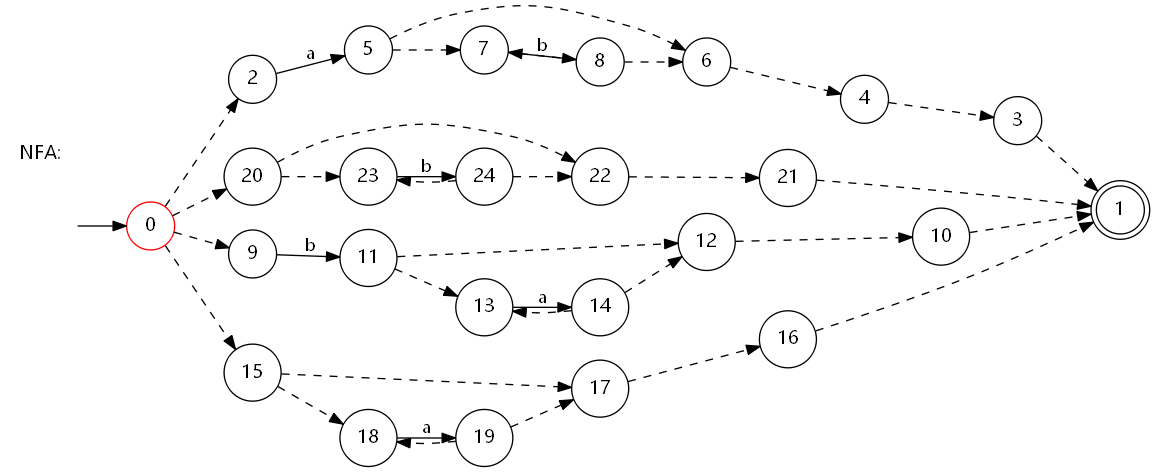
Earlier version of the Graphviz export graph/nfa.png (athelare/RegularExpression2DFA). Its source is kept beside it as graphSrc/nfa.dot.
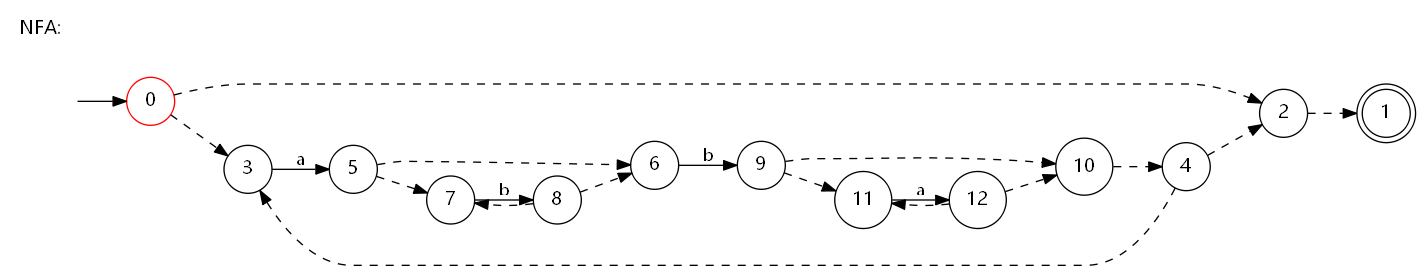
After the commit.

The edit, as a diff of the source:
```diff
@@ -7,40 +7,23 @@
     ""[shape = "none"];
     "" -> 0;
 	0 -> 2 [ style= "dashed" ];
-	0 -> 20 [ style= "dashed" ];
-	0 -> 9 [ style= "dashed" ];
-	0 -> 15 [ style= "dashed" ];
+	0 -> 3 [ style= "dashed" ];
 	1 [ shape = doublecircle ];
-	2 -> 5 [ label = "a" ];
-	3 -> 1 [ style= "dashed" ];
+	2 -> 1 [ style= "dashed" ];
+	3 -> 5 [ label = "a" ];
+	4 -> 2 [ style= "dashed" ];
 	4 -> 3 [ style= "dashed" ];
 	5 -> 6 [ style= "dashed" ];
 	5 -> 7 [ style= "dashed" ];
-	6 -> 4 [ style= "dashed" ];
+	6 -> 9 [ label = "b" ];
 	7 -> 8 [ label = "b" ];
 	8 -> 6 [ style= "dashed" ];
 	8 -> 7 [ style= "dashed" ];
-	9 -> 11 [ label = "b" ];
-	10 -> 1 [ style= "dashed" ];
-	11 -> 12 [ style= "dashed" ];
-	11 -> 13 [ style= "dashed" ];
+	9 -> 10 [ style= "dashed" ];
+	9 -> 11 [ style= "dashed" ];
+	10 -> 4 [ style= "dashed" ];
+	11 -> 12 [ label = "a" ];
 	12 -> 10 [ style= "dashed" ];
-	13 -> 14 [ label = "a" ];
-	14 -> 12 [ style= "dashed" ];
-	14 -> 13 [ style= "dashed" ];
-	15 -> 17 [ style= "dashed" ];
-	15 -> 18 [ style= "dashed" ];
-	16 -> 1 [ style= "dashed" ];
-	17 -> 16 [ style= "dashed" ];
-	18 -> 19 [ label = "a" ];
-	19 -> 17 [ style= "dashed" ];
-	19 -> 18 [ style= "dashed" ];
-	20 -> 22 [ style= "dashed" ];
-	20 -> 23 [ style= "dashed" ];
-	21 -> 1 [ style= "dashed" ];
-	22 -> 21 [ style= "dashed" ];
-	23 -> 24 [ label = "b" ];
-	24 -> 22 [ style= "dashed" ];
-	24 -> 23 [ style= "dashed" ];
+	12 -> 11 [ style= "dashed" ];
     "NFA:" [ shape = plaintext ];
 }
```
